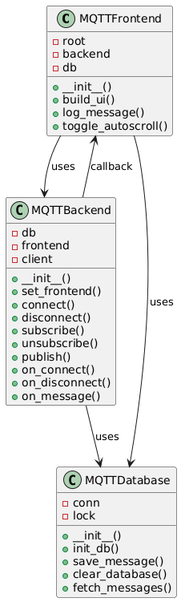
Earlier version of the PlantUML export documentation/Klassendiagramm.png (l-korditsch/MQTT_Explorer_Project). The source it was exported from:
```plantuml
@startuml
class MQTTFrontend {
    - root
    - backend
    - db
    + __init__()
    + build_ui()
    + log_message()
    + toggle_autoscroll()
}

class MQTTBackend {
    - db
    - frontend
    - client
    + __init__()
    + set_frontend()
    + connect()
    + disconnect()
    + subscribe()
    + unsubscribe()
    + publish()
    + on_connect()
    + on_disconnect()
    + on_message()
}

class MQTTDatabase {
    - conn
    - lock
    + __init__()
    + init_db()
    + save_message()
    + clear_database()
    + fetch_messages()
}

MQTTFrontend --> MQTTBackend : uses
MQTTFrontend --> MQTTDatabase : uses
MQTTBackend --> MQTTDatabase : uses
MQTTBackend --> MQTTFrontend : callback
@enduml
```
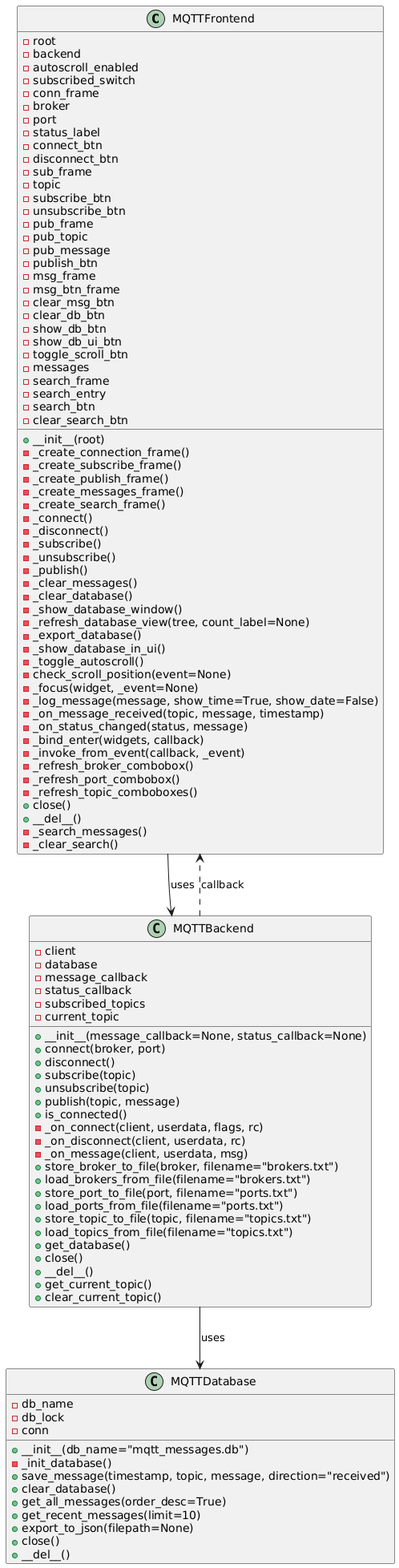
The same file after the commit.

Commit message:
Klassendiagramm gefixt

Change to the diagram source:
```diff
@@ -2,41 +2,114 @@
 class MQTTFrontend {
     - root
     - backend
-    - db
-    + __init__()
-    + build_ui()
-    + log_message()
-    + toggle_autoscroll()
+    - autoscroll_enabled
+    - subscribed_switch
+    - conn_frame
+    - broker
+    - port
+    - status_label
+    - connect_btn
+    - disconnect_btn
+    - sub_frame
+    - topic
+    - subscribe_btn
+    - unsubscribe_btn
+    - pub_frame
+    - pub_topic
+    - pub_message
+    - publish_btn
+    - msg_frame
+    - msg_btn_frame
+    - clear_msg_btn
+    - clear_db_btn
+    - show_db_btn
+    - show_db_ui_btn
+    - toggle_scroll_btn
+    - messages
+    - search_frame
+    - search_entry
+    - search_btn
+    - clear_search_btn
+    + __init__(root)
+    - _create_connection_frame()
+    - _create_subscribe_frame()
+    - _create_publish_frame()
+    - _create_messages_frame()
+    - _create_search_frame()
+    - _connect()
+    - _disconnect()
+    - _subscribe()
+    - _unsubscribe()
+    - _publish()
+    - _clear_messages()
+    - _clear_database()
+    - _show_database_window()
+    - _refresh_database_view(tree, count_label=None)
+    - _export_database()
+    - _show_database_in_ui()
+    - _toggle_autoscroll()
+    - check_scroll_position(event=None)
+    - _focus(widget, _event=None)
+    - _log_message(message, show_time=True, show_date=False)
+    - _on_message_received(topic, message, timestamp)
+    - _on_status_changed(status, message)
+    - _bind_enter(widgets, callback)
+    - _invoke_from_event(callback, _event)
+    - _refresh_broker_combobox()
+    - _refresh_port_combobox()
+    - _refresh_topic_comboboxes()
+    + close()
+    + __del__()
+    - _search_messages()
+    - _clear_search()
 }
 
 class MQTTBackend {
-    - db
-    - frontend
     - client
-    + __init__()
-    + set_frontend()
-    + connect()
+    - database
+    - message_callback
+    - status_callback
+    - subscribed_topics
+    - current_topic
+    + __init__(message_callback=None, status_callback=None)
+    + connect(broker, port)
     + disconnect()
-    + subscribe()
-    + unsubscribe()
-    + publish()
-    + on_connect()
-    + on_disconnect()
-    + on_message()
+    + subscribe(topic)
+    + unsubscribe(topic)
+    + publish(topic, message)
+    + is_connected()
+    - _on_connect(client, userdata, flags, rc)
+    - _on_disconnect(client, userdata, rc)
+    - _on_message(client, userdata, msg)
+    + store_broker_to_file(broker, filename="brokers.txt")
+    + load_brokers_from_file(filename="brokers.txt")
+    + store_port_to_file(port, filename="ports.txt")
+    + load_ports_from_file(filename="ports.txt")
+    + store_topic_to_file(topic, filename="topics.txt")
+    + load_topics_from_file(filename="topics.txt")
+    + get_database()
+    + close()
+    + __del__()
+    + get_current_topic()
+    + clear_current_topic()
 }
 
 class MQTTDatabase {
+    - db_name
+    - db_lock
     - conn
-    - lock
-    + __init__()
-    + init_db()
-    + save_message()
+    + __init__(db_name="mqtt_messages.db")
+    - _init_database()
+    + save_message(timestamp, topic, message, direction="received")
     + clear_database()
-    + fetch_messages()
+    + get_all_messages(order_desc=True)
+    + get_recent_messages(limit=10)
+    + export_to_json(filepath=None)
+    + close()
+    + __del__()
 }
 
 MQTTFrontend --> MQTTBackend : uses
-MQTTFrontend --> MQTTDatabase : uses
 MQTTBackend --> MQTTDatabase : uses
-MQTTBackend --> MQTTFrontend : callback
+MQTTBackend ..> MQTTFrontend : callback
 @enduml
```
